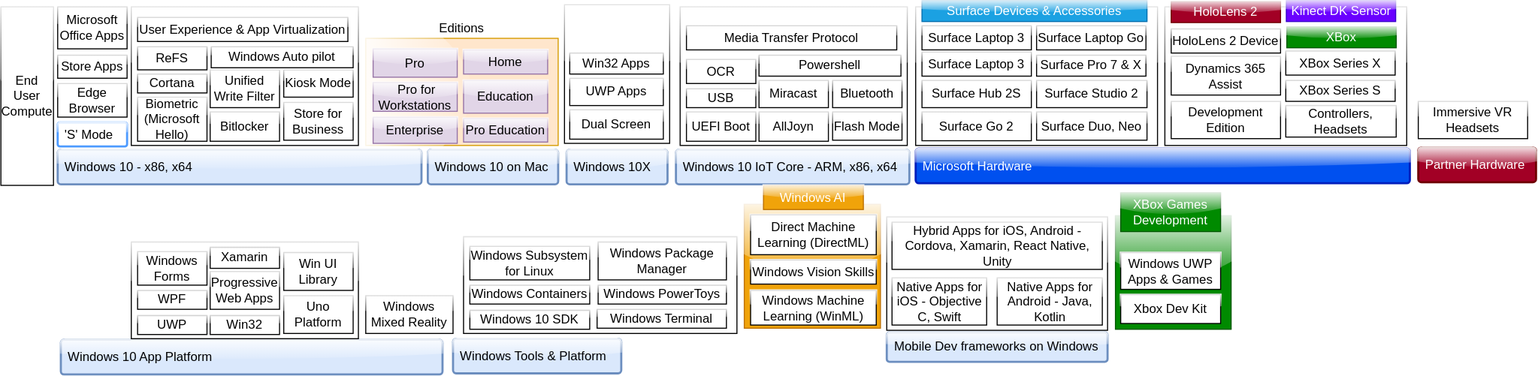
ssrikantan/Microsoft-Product-Offerings keeps this draw.io diagram as MicrosoftOfferings.svg. Above is the earlier version. Source tidied: cells renumbered, new cells last; positions are measured from the earlier drawing's top-left corner, leaving out a move shared by most shapes.
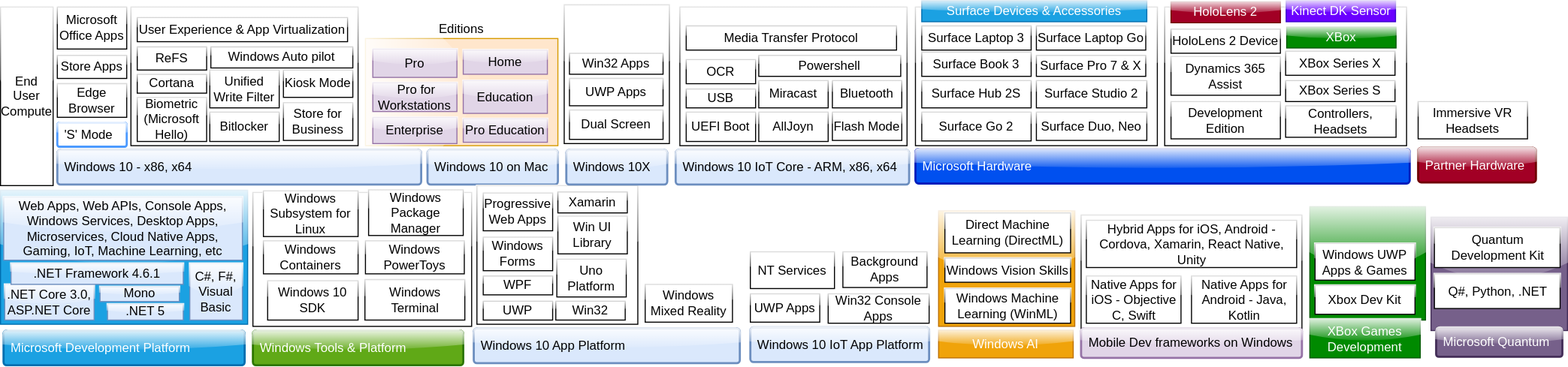
The same diagram one commit later.

Change to the diagram source:
```diff
@@ -2,14 +2,17 @@
   <root>
     <mxCell id="0" />
     <mxCell id="1" parent="0" />
+    <mxCell id="98" style="rounded=0;whiteSpace=wrap;html=1;glass=1;fillColor=#76608a;strokeColor=#432D57;fontColor=#ffffff;" parent="1" vertex="1">
+      <mxGeometry x="1360.2" y="206" width="129.8" height="108" as="geometry" />
+    </mxCell>
     <mxCell id="2" style="rounded=0;whiteSpace=wrap;html=1;glass=1;fillColor=#008a00;strokeColor=#005700;fontColor=#ffffff;" parent="1" vertex="1">
-      <mxGeometry x="1060" y="205" width="110" height="108" as="geometry" />
+      <mxGeometry x="1245" y="196" width="110" height="108" as="geometry" />
     </mxCell>
     <mxCell id="3" style="rounded=0;whiteSpace=wrap;html=1;glass=1;" parent="1" vertex="1">
-      <mxGeometry x="842.5" y="206" width="210" height="108" as="geometry" />
+      <mxGeometry x="1027.5" y="204" width="210" height="108" as="geometry" />
     </mxCell>
     <mxCell id="4" style="rounded=0;whiteSpace=wrap;html=1;glass=1;fillColor=#f0a30a;strokeColor=#BD7000;fontColor=#ffffff;" parent="1" vertex="1">
-      <mxGeometry x="707" y="194" width="129.5" height="118" as="geometry" />
+      <mxGeometry x="892" y="200" width="129.5" height="110" as="geometry" />
     </mxCell>
     <mxCell id="5" value="End User Compute" style="rounded=0;whiteSpace=wrap;html=1;glass=1;" parent="1" vertex="1">
       <mxGeometry y="6" width="50" height="170" as="geometry" />
@@ -146,7 +149,7 @@
     <mxCell id="49" value="Surface Pro 7 &amp;amp; X" style="rounded=0;whiteSpace=wrap;html=1;glass=1;" parent="1" vertex="1">
       <mxGeometry x="985" y="52" width="104" height="20" as="geometry" />
     </mxCell>
-    <mxCell id="50" value="Surface Laptop 3" style="rounded=0;whiteSpace=wrap;html=1;glass=1;" parent="1" vertex="1">
+    <mxCell id="50" value="Surface Book 3" style="rounded=0;whiteSpace=wrap;html=1;glass=1;" parent="1" vertex="1">
       <mxGeometry x="876" y="49" width="104" height="23" as="geometry" />
     </mxCell>
     <mxCell id="51" style="rounded=0;whiteSpace=wrap;html=1;glass=1;" parent="1" vertex="1">
@@ -180,37 +183,37 @@
       <mxGeometry x="1222.5" width="104" height="20" as="geometry" />
     </mxCell>
     <mxCell id="61" value="Windows 10 App Platform" style="rounded=1;arcSize=9;align=left;spacingLeft=5;strokeColor=#6c8ebf;html=1;strokeWidth=2;fontSize=12;glass=1;fillColor=#dae8fc;" parent="1" vertex="1">
-      <mxGeometry x="57" y="323" width="363" height="33" as="geometry" />
+      <mxGeometry x="450" y="312" width="253" height="33" as="geometry" />
     </mxCell>
     <mxCell id="62" style="rounded=0;whiteSpace=wrap;html=1;glass=1;" parent="1" vertex="1">
-      <mxGeometry x="124" y="230" width="216" height="92" as="geometry" />
+      <mxGeometry x="453" y="176" width="153" height="132" as="geometry" />
     </mxCell>
     <mxCell id="63" value="UWP" style="rounded=0;whiteSpace=wrap;html=1;glass=1;" parent="1" vertex="1">
-      <mxGeometry x="130" y="300" width="66" height="18" as="geometry" />
+      <mxGeometry x="459" y="286" width="66" height="18" as="geometry" />
     </mxCell>
     <mxCell id="64" value="Win32" style="rounded=0;whiteSpace=wrap;html=1;glass=1;" parent="1" vertex="1">
-      <mxGeometry x="199" y="300" width="66" height="18" as="geometry" />
+      <mxGeometry x="528" y="286" width="66" height="18" as="geometry" />
     </mxCell>
     <mxCell id="65" value="Progressive Web Apps" style="rounded=0;whiteSpace=wrap;html=1;glass=1;" parent="1" vertex="1">
-      <mxGeometry x="199" y="258" width="66" height="36" as="geometry" />
+      <mxGeometry x="459" y="183" width="66" height="36" as="geometry" />
     </mxCell>
     <mxCell id="66" value="WPF" style="rounded=0;whiteSpace=wrap;html=1;glass=1;" parent="1" vertex="1">
-      <mxGeometry x="130" y="276" width="66" height="18" as="geometry" />
+      <mxGeometry x="459" y="262" width="66" height="18" as="geometry" />
     </mxCell>
     <mxCell id="67" value="Uno Platform" style="rounded=0;whiteSpace=wrap;html=1;glass=1;" parent="1" vertex="1">
-      <mxGeometry x="269" y="281" width="66" height="36" as="geometry" />
+      <mxGeometry x="529" y="246" width="66" height="36" as="geometry" />
     </mxCell>
     <mxCell id="68" value="Windows Forms" style="rounded=0;whiteSpace=wrap;html=1;glass=1;" parent="1" vertex="1">
-      <mxGeometry x="130" y="239" width="66" height="32" as="geometry" />
+      <mxGeometry x="459" y="225" width="66" height="32" as="geometry" />
     </mxCell>
     <mxCell id="69" value="Win UI Library" style="rounded=0;whiteSpace=wrap;html=1;glass=1;" parent="1" vertex="1">
-      <mxGeometry x="269" y="240" width="66" height="36" as="geometry" />
+      <mxGeometry x="530" y="205" width="66" height="36" as="geometry" />
     </mxCell>
     <mxCell id="70" value="Xamarin" style="rounded=0;whiteSpace=wrap;html=1;glass=1;" parent="1" vertex="1">
-      <mxGeometry x="199" y="235" width="66" height="20" as="geometry" />
+      <mxGeometry x="530" y="182" width="66" height="20" as="geometry" />
     </mxCell>
     <mxCell id="71" value="Windows Mixed Reality" style="rounded=0;whiteSpace=wrap;html=1;glass=1;" parent="1" vertex="1">
-      <mxGeometry x="347" y="281" width="83" height="36" as="geometry" />
+      <mxGeometry x="613" y="270" width="83" height="36" as="geometry" />
     </mxCell>
     <mxCell id="72" value="Partner Hardware" style="rounded=1;arcSize=9;align=left;spacingLeft=5;strokeColor=#6F0000;html=1;strokeWidth=2;fontSize=12;glass=1;fillColor=#a20025;fontColor=#ffffff;" parent="1" vertex="1">
       <mxGeometry x="1348" y="140" width="112" height="33" as="geometry" />
@@ -218,23 +221,23 @@
     <mxCell id="73" value="Immersive VR Headsets" style="rounded=0;whiteSpace=wrap;html=1;glass=1;" parent="1" vertex="1">
       <mxGeometry x="1348" y="96" width="104" height="35.5" as="geometry" />
     </mxCell>
-    <mxCell id="74" value="Windows Tools &amp;amp; Platform" style="rounded=1;arcSize=9;align=left;spacingLeft=5;strokeColor=#6c8ebf;html=1;strokeWidth=2;fontSize=12;glass=1;fillColor=#dae8fc;" parent="1" vertex="1">
-      <mxGeometry x="430" y="322" width="160" height="33" as="geometry" />
+    <mxCell id="74" value="Windows Tools &amp;amp; Platform" style="rounded=1;arcSize=9;align=left;spacingLeft=5;strokeColor=#2D7600;html=1;strokeWidth=2;fontSize=12;glass=1;fillColor=#60a917;fontColor=#ffffff;" parent="1" vertex="1">
+      <mxGeometry x="240" y="314" width="200" height="33" as="geometry" />
     </mxCell>
     <mxCell id="75" style="rounded=0;whiteSpace=wrap;html=1;glass=1;" parent="1" vertex="1">
-      <mxGeometry x="440" y="225" width="260" height="92" as="geometry" />
+      <mxGeometry x="240" y="182.5" width="208" height="127.5" as="geometry" />
     </mxCell>
     <mxCell id="76" value="Windows 10 SDK" style="rounded=0;whiteSpace=wrap;html=1;glass=1;" parent="1" vertex="1">
-      <mxGeometry x="446" y="295" width="114" height="18" as="geometry" />
+      <mxGeometry x="254" y="266.5" width="86" height="37.5" as="geometry" />
     </mxCell>
     <mxCell id="77" value="Windows Machine Learning (WinML)" style="rounded=0;whiteSpace=wrap;html=1;glass=1;" parent="1" vertex="1">
-      <mxGeometry x="713" y="276" width="119.5" height="33" as="geometry" />
+      <mxGeometry x="898" y="274" width="119.5" height="33" as="geometry" />
     </mxCell>
     <mxCell id="78" value="Windows Subsystem for Linux" style="rounded=0;whiteSpace=wrap;html=1;glass=1;" parent="1" vertex="1">
-      <mxGeometry x="446" y="234" width="114" height="32" as="geometry" />
+      <mxGeometry x="250" y="181" width="90" height="43.5" as="geometry" />
     </mxCell>
     <mxCell id="79" value="Windows Vision Skills" style="rounded=0;whiteSpace=wrap;html=1;glass=1;" parent="1" vertex="1">
-      <mxGeometry x="713" y="247" width="119.5" height="23" as="geometry" />
+      <mxGeometry x="898" y="245" width="119.5" height="23" as="geometry" />
     </mxCell>
     <mxCell id="80" value="Windows 10X" style="rounded=1;arcSize=9;align=left;spacingLeft=5;strokeColor=#6c8ebf;html=1;strokeWidth=2;fontSize=12;glass=1;fillColor=#dae8fc;" parent="1" vertex="1">
       <mxGeometry x="538" y="142" width="96" height="33" as="geometry" />
@@ -252,43 +255,91 @@
       <mxGeometry x="541" y="50" width="89" height="20" as="geometry" />
     </mxCell>
     <mxCell id="85" value="Windows AI" style="rounded=0;whiteSpace=wrap;html=1;glass=1;fillColor=#f0a30a;strokeColor=#BD7000;fontColor=#ffffff;" parent="1" vertex="1">
-      <mxGeometry x="725.2" y="176" width="95" height="23" as="geometry" />
+      <mxGeometry x="892" y="313.5" width="128" height="26.5" as="geometry" />
     </mxCell>
     <mxCell id="86" value="Direct Machine Learning (DirectML)" style="rounded=0;whiteSpace=wrap;html=1;glass=1;" parent="1" vertex="1">
-      <mxGeometry x="713" y="204" width="119.5" height="38" as="geometry" />
+      <mxGeometry x="898" y="202" width="119.5" height="38" as="geometry" />
     </mxCell>
     <mxCell id="87" value="Windows Containers" style="rounded=0;whiteSpace=wrap;html=1;glass=1;" parent="1" vertex="1">
-      <mxGeometry x="446" y="271" width="114" height="18" as="geometry" />
+      <mxGeometry x="250" y="228.5" width="90" height="31.5" as="geometry" />
     </mxCell>
-    <mxCell id="88" value="Mobile Dev frameworks on Windows" style="rounded=1;arcSize=9;align=left;spacingLeft=5;strokeColor=#6c8ebf;html=1;strokeWidth=2;fontSize=12;glass=1;fillColor=#dae8fc;" parent="1" vertex="1">
-      <mxGeometry x="842.5" y="316" width="210" height="28" as="geometry" />
+    <mxCell id="88" value="Mobile Dev frameworks on Windows" style="rounded=1;arcSize=9;align=left;spacingLeft=5;strokeColor=#9673a6;html=1;strokeWidth=2;fontSize=12;glass=1;fillColor=#e1d5e7;" parent="1" vertex="1">
+      <mxGeometry x="1027.5" y="312" width="210" height="28" as="geometry" />
     </mxCell>
     <mxCell id="89" value="Native Apps for iOS - Objective C, Swift" style="rounded=0;whiteSpace=wrap;html=1;glass=1;" parent="1" vertex="1">
-      <mxGeometry x="847.5" y="264" width="90" height="45" as="geometry" />
+      <mxGeometry x="1032.5" y="262" width="90" height="45" as="geometry" />
     </mxCell>
     <mxCell id="90" value="Native Apps for Android - Java, Kotlin" style="rounded=0;whiteSpace=wrap;html=1;glass=1;" parent="1" vertex="1">
-      <mxGeometry x="947.5" y="264" width="100" height="45" as="geometry" />
+      <mxGeometry x="1132.5" y="262" width="100" height="45" as="geometry" />
     </mxCell>
     <mxCell id="91" value="Hybrid Apps for iOS, Android - Cordova, Xamarin, React Native, Unity" style="rounded=0;whiteSpace=wrap;html=1;glass=1;" parent="1" vertex="1">
-      <mxGeometry x="847.5" y="211" width="200" height="45" as="geometry" />
+      <mxGeometry x="1032.5" y="209" width="200" height="45" as="geometry" />
     </mxCell>
     <mxCell id="92" value="Windows Terminal" style="rounded=0;whiteSpace=wrap;html=1;glass=1;" parent="1" vertex="1">
-      <mxGeometry x="567" y="294" width="123" height="18" as="geometry" />
+      <mxGeometry x="346.5" y="265.5" width="95" height="38.5" as="geometry" />
     </mxCell>
     <mxCell id="93" value="Windows PowerToys" style="rounded=0;whiteSpace=wrap;html=1;glass=1;" parent="1" vertex="1">
-      <mxGeometry x="568" y="271" width="122" height="18" as="geometry" />
+      <mxGeometry x="347" y="228.5" width="94" height="31.5" as="geometry" />
     </mxCell>
     <mxCell id="94" value="Windows Package Manager" style="rounded=0;whiteSpace=wrap;html=1;glass=1;" parent="1" vertex="1">
-      <mxGeometry x="568" y="230" width="122" height="36" as="geometry" />
+      <mxGeometry x="350" y="180" width="90" height="43.5" as="geometry" />
     </mxCell>
     <mxCell id="95" value="Windows UWP Apps &amp;amp; Games" style="rounded=0;whiteSpace=wrap;html=1;glass=1;" parent="1" vertex="1">
-      <mxGeometry x="1065" y="240" width="95" height="35" as="geometry" />
+      <mxGeometry x="1250" y="231" width="95" height="35" as="geometry" />
     </mxCell>
     <mxCell id="96" value="Xbox Dev Kit" style="rounded=0;whiteSpace=wrap;html=1;glass=1;" parent="1" vertex="1">
-      <mxGeometry x="1065" y="280" width="95" height="27.5" as="geometry" />
+      <mxGeometry x="1250" y="271" width="95" height="27.5" as="geometry" />
     </mxCell>
     <mxCell id="97" value="XBox Games Development" style="rounded=0;whiteSpace=wrap;html=1;glass=1;fillColor=#008a00;strokeColor=#005700;fontColor=#ffffff;" parent="1" vertex="1">
-      <mxGeometry x="1065" y="183" width="95" height="37" as="geometry" />
+      <mxGeometry x="1245" y="303" width="105" height="37" as="geometry" />
     </mxCell>
+    <mxCell id="99" value="Windows 10 IoT App Platform" style="rounded=1;arcSize=9;align=left;spacingLeft=5;strokeColor=#6c8ebf;html=1;strokeWidth=2;fontSize=12;glass=1;fillColor=#dae8fc;" parent="1" vertex="1">
+      <mxGeometry x="713" y="311" width="170" height="33" as="geometry" />
+    </mxCell>
+    <mxCell id="100" value="UWP Apps" style="rounded=0;whiteSpace=wrap;html=1;glass=1;" parent="1" vertex="1">
+      <mxGeometry x="713" y="279" width="66" height="27" as="geometry" />
+    </mxCell>
+    <mxCell id="101" value="Background Apps" style="rounded=0;whiteSpace=wrap;html=1;glass=1;" parent="1" vertex="1">
+      <mxGeometry x="801" y="239" width="80" height="34" as="geometry" />
+    </mxCell>
+    <mxCell id="102" value="Win32 Console Apps" style="rounded=0;whiteSpace=wrap;html=1;glass=1;" parent="1" vertex="1">
+      <mxGeometry x="787" y="279" width="96" height="28" as="geometry" />
+    </mxCell>
+    <mxCell id="103" value="NT Services" style="rounded=0;whiteSpace=wrap;html=1;glass=1;" parent="1" vertex="1">
+      <mxGeometry x="713" y="239" width="80" height="35" as="geometry" />
+    </mxCell>
+    <mxCell id="104" value="Q#, Python, .NET" style="rounded=0;whiteSpace=wrap;html=1;glass=1;" parent="1" vertex="1">
+      <mxGeometry x="1363.5" y="260" width="119.5" height="33" as="geometry" />
+    </mxCell>
+    <mxCell id="105" value="Quantum Development Kit" style="rounded=0;whiteSpace=wrap;html=1;glass=1;" parent="1" vertex="1">
+      <mxGeometry x="1363.5" y="216" width="119.5" height="38" as="geometry" />
+    </mxCell>
+    <mxCell id="106" value="Microsoft Quantum" style="rounded=1;arcSize=9;align=left;spacingLeft=5;strokeColor=#432D57;html=1;strokeWidth=2;fontSize=12;glass=1;fillColor=#76608a;fontColor=#ffffff;" parent="1" vertex="1">
+      <mxGeometry x="1365.1" y="311" width="120" height="28" as="geometry" />
+    </mxCell>
+    <mxCell id="107" style="rounded=0;whiteSpace=wrap;html=1;glass=1;fillColor=#1ba1e2;strokeColor=#006EAF;fontColor=#ffffff;" parent="1" vertex="1">
+      <mxGeometry y="180.5" width="235" height="127.5" as="geometry" />
+    </mxCell>
+    <mxCell id="108" value=".NET Core 3.0, ASP.NET Core" style="rounded=0;whiteSpace=wrap;html=1;glass=1;fillColor=#dae8fc;strokeColor=#6c8ebf;" parent="1" vertex="1">
+      <mxGeometry x="4" y="270" width="85" height="34" as="geometry" />
+    </mxCell>
+    <mxCell id="109" value=".NET Framework 4.6.1" style="rounded=0;whiteSpace=wrap;html=1;glass=1;fillColor=#dae8fc;strokeColor=#6c8ebf;" parent="1" vertex="1">
+      <mxGeometry x="10" y="250" width="163.8" height="20" as="geometry" />
+    </mxCell>
+    <mxCell id="110" value="Mono" style="rounded=0;whiteSpace=wrap;html=1;glass=1;fillColor=#dae8fc;strokeColor=#6c8ebf;" parent="1" vertex="1">
+      <mxGeometry x="94.6" y="272.2" width="75.4" height="14.1" as="geometry" />
+    </mxCell>
+    <mxCell id="111" value=".NET 5" style="rounded=0;whiteSpace=wrap;html=1;glass=1;fillColor=#dae8fc;strokeColor=#6c8ebf;" parent="1" vertex="1">
+      <mxGeometry x="101.8" y="288.8" width="72" height="15.2" as="geometry" />
+    </mxCell>
+    <mxCell id="112" value="Web Apps, Web APIs, Console Apps, Windows Services, Desktop Apps, Microservices, Cloud Native Apps, Gaming, IoT, Machine Learning, etc" style="rounded=0;whiteSpace=wrap;html=1;glass=1;fillColor=#dae8fc;strokeColor=#6c8ebf;" parent="1" vertex="1">
+      <mxGeometry x="3" y="187" width="227" height="60" as="geometry" />
+    </mxCell>
+    <mxCell id="113" value="C#, F#, Visual Basic" style="rounded=0;whiteSpace=wrap;html=1;glass=1;fillColor=#dae8fc;strokeColor=#6c8ebf;" parent="1" vertex="1">
+      <mxGeometry x="180" y="250" width="50" height="54" as="geometry" />
+    </mxCell>
+    <mxCell id="114" value="Microsoft Development Platform" style="rounded=1;arcSize=9;align=left;spacingLeft=5;strokeColor=#006EAF;html=1;strokeWidth=2;fontSize=12;glass=1;fillColor=#1ba1e2;fontColor=#ffffff;" parent="1" vertex="1">
+      <mxGeometry x="2.9" y="314" width="229.2" height="33" as="geometry" />
+    </mxCell>
   </root>
 </mxGraphModel>
```
